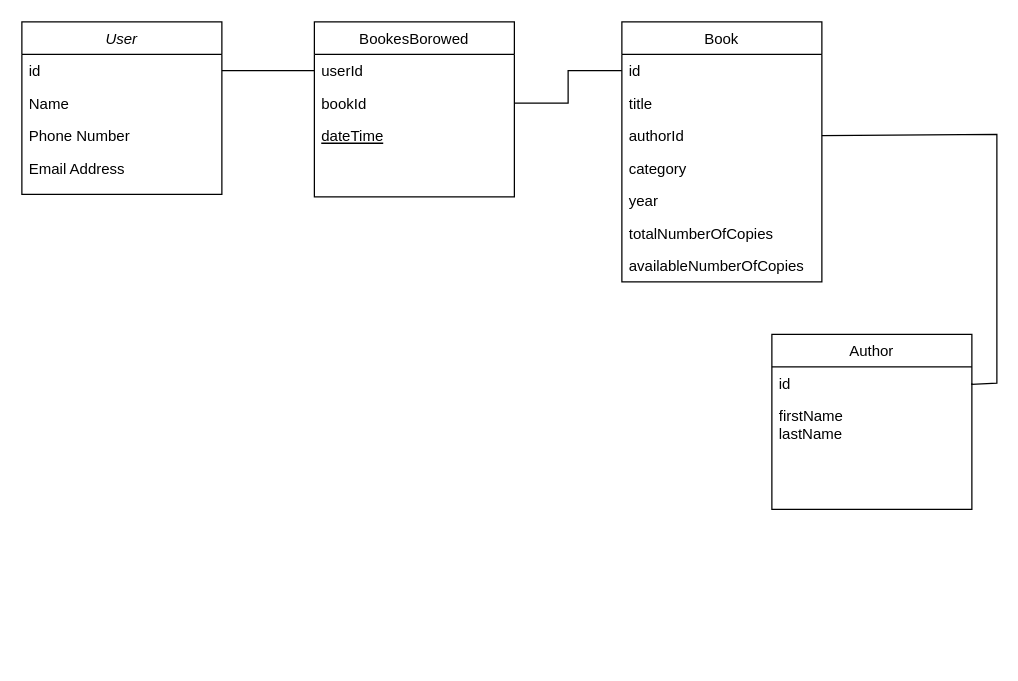
iuliali/library-management-system keeps this draw.io diagram as library-management-system-api/ERD.drawio. Above is the earlier version. Source tidied: cells renumbered, new cells numbered last; positions are measured from the earlier drawing's top-left corner, leaving out a move shared by most shapes. Both pictures are drawn from the tidied source at 125%, with x=0, y=0 at pixel (21, 21).
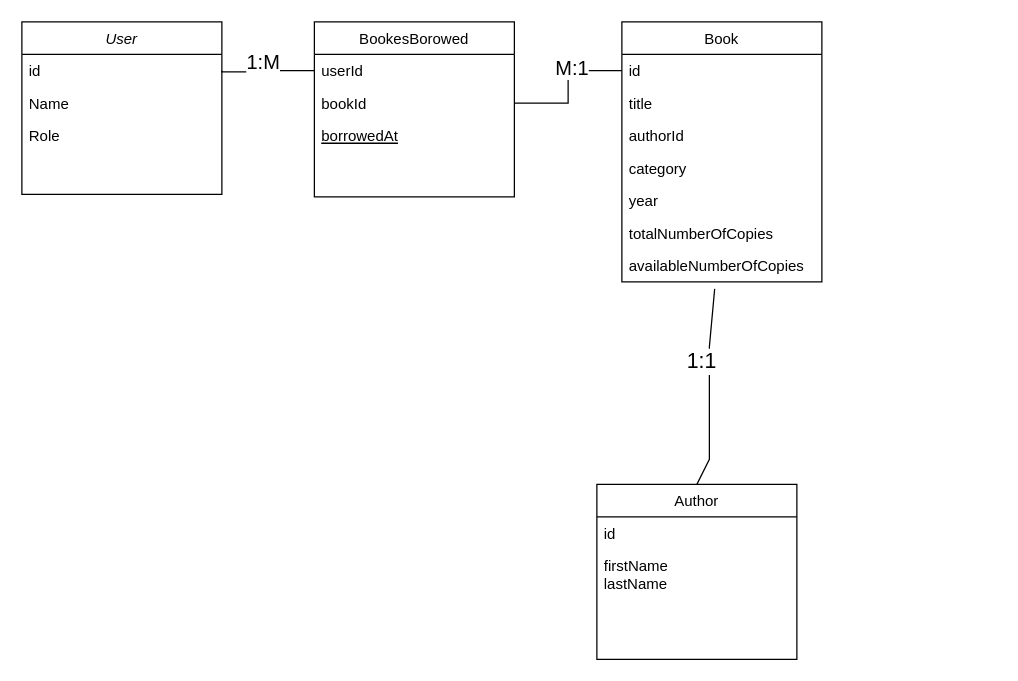
After the change.

Unchanged cells that the change refers to:
```xml
<mxCell id="2" value="User" style="swimlane;fontStyle=2;align=center;verticalAlign=top;horizontal=1;startSize=26;rounded=0;shadow=0;strokeWidth=1;" parent="1" vertex="1">
  <mxGeometry width="160" height="138" as="geometry" />
</mxCell>
<mxCell id="3" value="id" style="text;align=left;verticalAlign=top;spacingLeft=4;spacingRight=4;overflow=hidden;points=[[0,0.5],[1,0.5]];portConstraint=eastwest;" parent="2" vertex="1">
  <mxGeometry y="26" width="160" height="26" as="geometry" />
</mxCell>
<mxCell id="7" value="BookesBorowed" style="swimlane;fontStyle=0;align=center;verticalAlign=top;horizontal=1;startSize=26;rounded=0;shadow=0;strokeWidth=1;" parent="1" vertex="1">
  <mxGeometry x="234" width="160" height="140" as="geometry" />
</mxCell>
<mxCell id="8" value="userId" style="text;align=left;verticalAlign=top;spacingLeft=4;spacingRight=4;overflow=hidden;points=[[0,0.5],[1,0.5]];portConstraint=eastwest;" parent="7" vertex="1">
  <mxGeometry y="26" width="160" height="26" as="geometry" />
</mxCell>
<mxCell id="12" value="id" style="text;align=left;verticalAlign=top;spacingLeft=4;spacingRight=4;overflow=hidden;points=[[0,0.5],[1,0.5]];portConstraint=eastwest;rounded=0;shadow=0;html=0;" parent="11" vertex="1">
  <mxGeometry y="26" width="160" height="26" as="geometry" />
</mxCell>
<mxCell id="17" value="authorId" style="text;align=left;verticalAlign=top;spacingLeft=4;spacingRight=4;overflow=hidden;points=[[0,0.5],[1,0.5]];portConstraint=eastwest;rounded=0;shadow=0;html=0;" parent="14" vertex="1">
  <mxGeometry y="78" width="160" height="26" as="geometry" />
</mxCell>
<mxCell id="21" value="availableNumberOfCopies" style="text;align=left;verticalAlign=top;spacingLeft=4;spacingRight=4;overflow=hidden;points=[[0,0.5],[1,0.5]];portConstraint=eastwest;rounded=0;shadow=0;html=0;" parent="14" vertex="1">
  <mxGeometry y="182" width="160" height="26" as="geometry" />
</mxCell>
<mxCell id="24" style="edgeStyle=orthogonalEdgeStyle;rounded=0;jettySize=auto;html=1;exitX=1;exitY=0.5;exitDx=0;exitDy=0;entryX=0;entryY=0.5;entryDx=0;entryDy=0;endArrow=none;endFill=0;" parent="1" edge="1" source="9" target="15">
  <mxGeometry relative="1" as="geometry" />
</mxCell>
```

Change to the diagram source:
```diff
@@
-    <mxCell id="5" value="Phone Number" style="text;align=left;verticalAlign=top;spacingLeft=4;spacingRight=4;overflow=hidden;rounded=0;shadow=0;html=0;" parent="2" vertex="1">
+    <mxCell id="5" value="Role&#10;" style="text;align=left;verticalAlign=top;spacingLeft=4;spacingRight=4;overflow=hidden;rounded=0;shadow=0;html=0;" parent="2" vertex="1">
       <mxGeometry y="78" width="160" height="26" as="geometry" />
     </mxCell>
-    <mxCell id="6" value="Email Address" style="text;align=left;verticalAlign=top;spacingLeft=4;spacingRight=4;overflow=hidden;rounded=0;shadow=0;html=0;" parent="2" vertex="1">
-      <mxGeometry y="104" width="160" height="26" as="geometry" />
-    </mxCell>
@@
-    <mxCell id="10" value="dateTime" style="text;align=left;verticalAlign=top;spacingLeft=4;spacingRight=4;overflow=hidden;fontStyle=4;" parent="7" vertex="1">
+    <mxCell id="10" value="borrowedAt&#10;" style="text;align=left;verticalAlign=top;spacingLeft=4;spacingRight=4;overflow=hidden;fontStyle=4;" parent="7" vertex="1">
       <mxGeometry y="78" width="160" height="26" as="geometry" />
     </mxCell>
     <mxCell id="11" value="Author" style="swimlane;fontStyle=0;align=center;verticalAlign=top;horizontal=1;startSize=26;rounded=0;shadow=0;strokeWidth=1;" parent="1" vertex="1">
-      <mxGeometry x="600" y="250" width="160" height="140" as="geometry" />
+      <mxGeometry x="460" y="370" width="160" height="140" as="geometry" />
     </mxCell>
@@
-    <mxCell id="22" style="endArrow=none;html=1;rounded=0;exitX=1;exitY=0.5;exitDx=0;exitDy=0;entryX=1;entryY=0.5;entryDx=0;entryDy=0;" parent="1" edge="1" source="17" target="12">
+    <mxCell id="22" style="endArrow=none;html=1;rounded=0;exitX=0.464;exitY=1.217;exitDx=0;exitDy=0;entryX=0.5;entryY=0;entryDx=0;entryDy=0;exitPerimeter=0;" parent="1" edge="1" source="21" target="11">
       <mxGeometry relative="1" as="geometry">
         <Array as="points">
-          <mxPoint x="780" y="90" />
-          <mxPoint x="780" y="200" />
-          <mxPoint x="780" y="289" />
-          <mxPoint x="760" y="290" />
+          <mxPoint x="550" y="260" />
+          <mxPoint x="550" y="290" />
+          <mxPoint x="550" y="310" />
+          <mxPoint x="550" y="330" />
+          <mxPoint x="550" y="350" />
         </Array>
       </mxGeometry>
     </mxCell>
+    <mxCell id="25" value="&lt;font style=&quot;font-size: 17px;&quot;&gt;1:1&amp;nbsp;&lt;/font&gt;" style="edgeLabel;html=1;align=center;verticalAlign=middle;" parent="22" vertex="1">
+      <mxGeometry x="-0.3" y="1" relative="1" as="geometry">
+        <mxPoint x="-6" y="2" as="offset" />
+      </mxGeometry>
+    </mxCell>
     <mxCell id="23" style="edgeStyle=orthogonalEdgeStyle;rounded=0;jettySize=auto;html=1;exitX=1;exitY=0.5;exitDx=0;exitDy=0;entryX=0;entryY=0.5;entryDx=0;entryDy=0;strokeColor=default;endArrow=none;endFill=0;" parent="1" edge="1" source="3" target="8">
-      <mxGeometry relative="1" as="geometry" />
+      <mxGeometry relative="1" as="geometry">
+        <Array as="points">
+          <mxPoint x="160" y="40" />
+          <mxPoint x="200" y="40" />
+        </Array>
+      </mxGeometry>
     </mxCell>
@@
+    <mxCell id="26" value="M:1" style="edgeLabel;html=1;align=center;verticalAlign=middle;fontSize=16;" parent="24" vertex="1">
+      <mxGeometry x="0.27" y="3" relative="1" as="geometry" />
+    </mxCell>
+    <mxCell id="27" value="&lt;font style=&quot;font-size: 16px;&quot;&gt;1:M&lt;/font&gt;" style="edgeLabel;html=1;align=center;verticalAlign=middle;" parent="1" vertex="1">
+      <mxGeometry x="449" y="50" as="geometry">
+        <mxPoint x="-257" y="-19" as="offset" />
+      </mxGeometry>
+    </mxCell>
```
